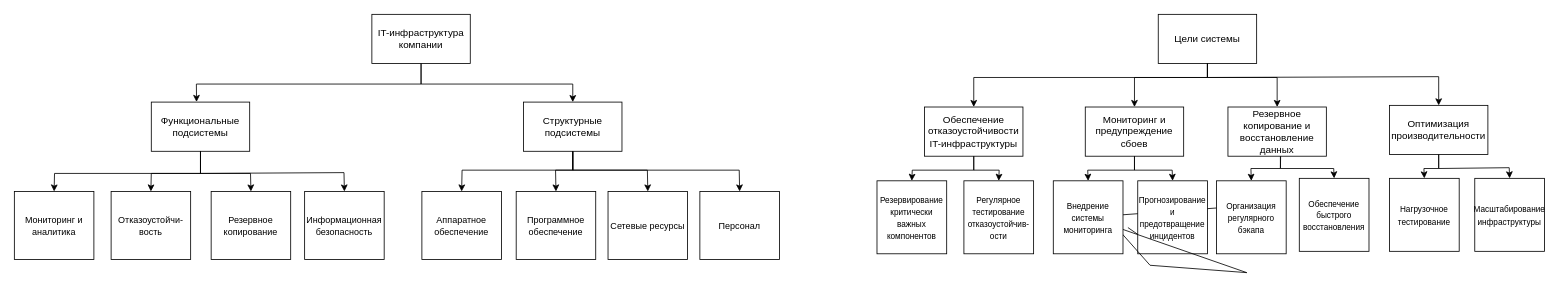
Before: СистемныйАнализ.drawio in yastrov/exemplar1, a draw.io diagram. Source tidied: cells renumbered, new cells numbered last; positions are measured from the earlier drawing's top-left corner, leaving out a move shared by most shapes. Both pictures are drawn from the tidied source at 82%, with x=0, y=0 at pixel (14, 14).
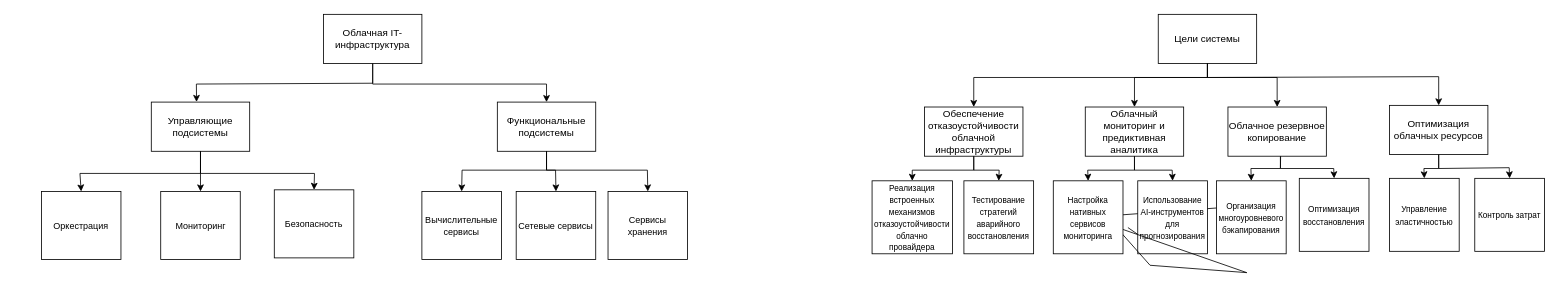
After the change.

Diff of the diagram source:
```diff
@@
-    <mxCell id="2" value="&lt;font style=&quot;color: light-dark(rgb(0, 0, 0), rgb(0, 0, 0));&quot;&gt;Обеспечение отказоустойчивости IT-инфраструктуры&lt;/font&gt;" style="rounded=0;whiteSpace=wrap;html=1;fillColor=light-dark(#FFFFFF,#FFFFFF);strokeColor=light-dark(#000000,#000000);" parent="1" vertex="1">
+    <mxCell id="2" value="&lt;font style=&quot;color: light-dark(rgb(0, 0, 0), rgb(0, 0, 0));&quot;&gt;Обеспечение отказоустойчивости облачной инфраструктуры&lt;/font&gt;" style="rounded=0;whiteSpace=wrap;html=1;fillColor=light-dark(#FFFFFF,#FFFFFF);strokeColor=light-dark(#000000,#000000);" parent="1" vertex="1">
       <mxGeometry x="1110" y="113" width="120" height="60" as="geometry" />
     </mxCell>
-    <mxCell id="3" value="&lt;font style=&quot;color: light-dark(rgb(0, 0, 0), rgb(0, 0, 0));&quot;&gt;Мониторинг и предупреждение сбоев&lt;/font&gt;" style="rounded=0;whiteSpace=wrap;html=1;fillColor=light-dark(#FFFFFF,#FFFFFF);strokeColor=light-dark(#000000,#000000);" parent="1" vertex="1">
+    <mxCell id="3" value="&lt;font style=&quot;color: light-dark(rgb(0, 0, 0), rgb(0, 0, 0));&quot;&gt;Облачный мониторинг и предиктивная аналитика&lt;/font&gt;" style="rounded=0;whiteSpace=wrap;html=1;fillColor=light-dark(#FFFFFF,#FFFFFF);strokeColor=light-dark(#000000,#000000);" parent="1" vertex="1">
       <mxGeometry x="1306" y="113" width="120" height="60" as="geometry" />
     </mxCell>
-    <mxCell id="4" value="&lt;font style=&quot;color: light-dark(rgb(0, 0, 0), rgb(0, 0, 0));&quot;&gt;Резервное копирование и восстановление данных&lt;/font&gt;" style="rounded=0;whiteSpace=wrap;html=1;fillColor=light-dark(#FFFFFF,#FFFFFF);strokeColor=light-dark(#000000,#000000);" parent="1" vertex="1">
+    <mxCell id="4" value="&lt;font style=&quot;color: light-dark(rgb(0, 0, 0), rgb(0, 0, 0));&quot;&gt;Облачное резервное копирование&lt;/font&gt;" style="rounded=0;whiteSpace=wrap;html=1;fillColor=light-dark(#FFFFFF,#FFFFFF);strokeColor=light-dark(#000000,#000000);" parent="1" vertex="1">
       <mxGeometry x="1480" y="113" width="120" height="60" as="geometry" />
     </mxCell>
-    <mxCell id="5" value="&lt;font style=&quot;color: light-dark(rgb(0, 0, 0), rgb(0, 0, 0));&quot;&gt;Оптимизация производительности&lt;/font&gt;" style="rounded=0;whiteSpace=wrap;html=1;fillColor=light-dark(#FFFFFF,#FFFFFF);strokeColor=light-dark(#000000,#000000);" parent="1" vertex="1">
+    <mxCell id="5" value="&lt;font style=&quot;color: light-dark(rgb(0, 0, 0), rgb(0, 0, 0));&quot;&gt;Оптимизация облачных ресурсов&lt;/font&gt;" style="rounded=0;whiteSpace=wrap;html=1;fillColor=light-dark(#FFFFFF,#FFFFFF);strokeColor=light-dark(#000000,#000000);" parent="1" vertex="1">
       <mxGeometry x="1677" y="111" width="120" height="60" as="geometry" />
     </mxCell>
@@
-    <mxCell id="13" value="&lt;font style=&quot;color: light-dark(rgb(0, 0, 0), rgb(0, 0, 0)); font-size: 10px;&quot;&gt;Резервирование критически важных компонентов&lt;/font&gt;" style="rounded=0;whiteSpace=wrap;html=1;fillColor=light-dark(#FFFFFF,#FFFFFF);strokeColor=light-dark(#000000,#000000);" parent="1" vertex="1">
-      <mxGeometry x="1052" y="203" width="85" height="89" as="geometry" />
+    <mxCell id="13" value="&lt;font style=&quot;color: light-dark(rgb(0, 0, 0), rgb(0, 0, 0)); font-size: 10px;&quot;&gt;Реализация встроенных механизмов отказоустойчивости облачно провайдера&lt;/font&gt;" style="rounded=0;whiteSpace=wrap;html=1;fillColor=light-dark(#FFFFFF,#FFFFFF);strokeColor=light-dark(#000000,#000000);" parent="1" vertex="1">
+      <mxGeometry x="1046" y="203" width="98" height="89" as="geometry" />
     </mxCell>
@@
-    <mxCell id="15" value="&lt;font style=&quot;color: light-dark(rgb(0, 0, 0), rgb(0, 0, 0)); font-size: 10px;&quot;&gt;Регулярное тестирование отказоустойчив-ости&lt;/font&gt;" style="rounded=0;whiteSpace=wrap;html=1;fillColor=light-dark(#FFFFFF,#FFFFFF);strokeColor=light-dark(#000000,#000000);" parent="1" vertex="1">
+    <mxCell id="15" value="&lt;font style=&quot;color: light-dark(rgb(0, 0, 0), rgb(0, 0, 0)); font-size: 10px;&quot;&gt;Тестирование стратегий аварийного восстановления&lt;/font&gt;" style="rounded=0;whiteSpace=wrap;html=1;fillColor=light-dark(#FFFFFF,#FFFFFF);strokeColor=light-dark(#000000,#000000);" parent="1" vertex="1">
       <mxGeometry x="1158" y="203" width="85" height="89" as="geometry" />
     </mxCell>
-    <mxCell id="16" value="&lt;font style=&quot;color: light-dark(rgb(0, 0, 0), rgb(0, 0, 0)); font-size: 10px;&quot;&gt;Прогнозирование и предотвращение инцидентов&lt;/font&gt;" style="rounded=0;whiteSpace=wrap;html=1;fillColor=light-dark(#FFFFFF,#FFFFFF);strokeColor=light-dark(#000000,#000000);" parent="1" vertex="1">
+    <mxCell id="16" value="&lt;font style=&quot;color: light-dark(rgb(0, 0, 0), rgb(0, 0, 0)); font-size: 10px;&quot;&gt;Использование AI-инструментов для прогнозирования&lt;/font&gt;" style="rounded=0;whiteSpace=wrap;html=1;fillColor=light-dark(#FFFFFF,#FFFFFF);strokeColor=light-dark(#000000,#000000);" parent="1" vertex="1">
       <mxGeometry x="1370" y="203" width="85" height="89" as="geometry" />
     </mxCell>
-    <mxCell id="17" value="&lt;font style=&quot;color: light-dark(rgb(0, 0, 0), rgb(0, 0, 0)); font-size: 10px;&quot;&gt;Организация регулярного бэкапа&lt;/font&gt;" style="rounded=0;whiteSpace=wrap;html=1;fillColor=light-dark(#FFFFFF,#FFFFFF);strokeColor=light-dark(#000000,#000000);" parent="1" vertex="1">
+    <mxCell id="17" value="&lt;font style=&quot;color: light-dark(rgb(0, 0, 0), rgb(0, 0, 0)); font-size: 10px;&quot;&gt;Организация многоуровневого бэкапирования&lt;/font&gt;" style="rounded=0;whiteSpace=wrap;html=1;fillColor=light-dark(#FFFFFF,#FFFFFF);strokeColor=light-dark(#000000,#000000);" parent="1" vertex="1">
       <mxGeometry x="1466" y="203" width="85" height="89" as="geometry" />
     </mxCell>
-    <mxCell id="18" value="&lt;font style=&quot;color: light-dark(rgb(0, 0, 0), rgb(0, 0, 0)); font-size: 10px;&quot;&gt;Обеспечение быстрого восстановления&lt;/font&gt;" style="rounded=0;whiteSpace=wrap;html=1;fillColor=light-dark(#FFFFFF,#FFFFFF);strokeColor=light-dark(#000000,#000000);" parent="1" vertex="1">
+    <mxCell id="18" value="&lt;font style=&quot;color: light-dark(rgb(0, 0, 0), rgb(0, 0, 0)); font-size: 10px;&quot;&gt;Оптимизация восстановления&lt;/font&gt;" style="rounded=0;whiteSpace=wrap;html=1;fillColor=light-dark(#FFFFFF,#FFFFFF);strokeColor=light-dark(#000000,#000000);" parent="1" vertex="1">
       <mxGeometry x="1567" y="200" width="85" height="89" as="geometry" />
     </mxCell>
-    <mxCell id="19" value="&lt;font style=&quot;color: light-dark(rgb(0, 0, 0), rgb(0, 0, 0)); font-size: 10px;&quot;&gt;Нагрузочное тестирование&lt;/font&gt;" style="rounded=0;whiteSpace=wrap;html=1;fillColor=light-dark(#FFFFFF,#FFFFFF);strokeColor=light-dark(#000000,#000000);" parent="1" vertex="1">
+    <mxCell id="19" value="&lt;font style=&quot;color: light-dark(rgb(0, 0, 0), rgb(0, 0, 0)); font-size: 10px;&quot;&gt;Управление эластичностью&lt;/font&gt;" style="rounded=0;whiteSpace=wrap;html=1;fillColor=light-dark(#FFFFFF,#FFFFFF);strokeColor=light-dark(#000000,#000000);" parent="1" vertex="1">
       <mxGeometry x="1677" y="200" width="85" height="89" as="geometry" />
     </mxCell>
-    <mxCell id="20" value="&lt;font style=&quot;color: light-dark(rgb(0, 0, 0), rgb(0, 0, 0)); font-size: 10px;&quot;&gt;Масштабирование инфраструктуры&lt;/font&gt;" style="rounded=0;whiteSpace=wrap;html=1;fillColor=light-dark(#FFFFFF,#FFFFFF);strokeColor=light-dark(#000000,#000000);" parent="1" vertex="1">
+    <mxCell id="20" value="&lt;font style=&quot;color: light-dark(rgb(0, 0, 0), rgb(0, 0, 0)); font-size: 10px;&quot;&gt;Контроль затрат&lt;/font&gt;" style="rounded=0;whiteSpace=wrap;html=1;fillColor=light-dark(#FFFFFF,#FFFFFF);strokeColor=light-dark(#000000,#000000);" parent="1" vertex="1">
       <mxGeometry x="1781" y="200" width="85" height="89" as="geometry" />
     </mxCell>
@@
-    <mxCell id="22" value="&lt;font style=&quot;color: light-dark(rgb(0, 0, 0), rgb(0, 0, 0)); font-size: 10px;&quot;&gt;Внедрение системы мониторинга&lt;/font&gt;" style="rounded=0;whiteSpace=wrap;html=1;fillColor=light-dark(#FFFFFF,#FFFFFF);strokeColor=light-dark(#000000,#000000);" parent="1" vertex="1">
+    <mxCell id="22" value="&lt;font style=&quot;color: light-dark(rgb(0, 0, 0), rgb(0, 0, 0)); font-size: 10px;&quot;&gt;Настройка нативных сервисов мониторинга&lt;/font&gt;" style="rounded=0;whiteSpace=wrap;html=1;fillColor=light-dark(#FFFFFF,#FFFFFF);strokeColor=light-dark(#000000,#000000);" parent="1" vertex="1">
       <mxGeometry x="1267" y="203" width="85" height="89" as="geometry" />
     </mxCell>
@@
-    <mxCell id="31" value="&lt;font style=&quot;color: light-dark(rgb(0, 0, 0), rgb(0, 0, 0));&quot;&gt;IT-инфраструктура компании&lt;/font&gt;" style="rounded=0;whiteSpace=wrap;html=1;fillColor=light-dark(#FFFFFF,#FFFFFF);strokeColor=light-dark(#000000,#000000);" parent="1" vertex="1">
-      <mxGeometry x="436" width="120" height="60" as="geometry" />
+    <mxCell id="31" value="&lt;font style=&quot;color: light-dark(rgb(0, 0, 0), rgb(0, 0, 0));&quot;&gt;Облачная IT-инфраструктура&lt;/font&gt;" style="rounded=0;whiteSpace=wrap;html=1;fillColor=light-dark(#FFFFFF,#FFFFFF);strokeColor=light-dark(#000000,#000000);" parent="1" vertex="1">
+      <mxGeometry x="377" width="120" height="60" as="geometry" />
     </mxCell>
-    <mxCell id="32" value="&lt;font style=&quot;color: light-dark(rgb(0, 0, 0), rgb(0, 0, 0));&quot;&gt;Функциональные подсистемы&lt;/font&gt;" style="rounded=0;whiteSpace=wrap;html=1;fillColor=light-dark(#FFFFFF,#FFFFFF);strokeColor=light-dark(#000000,#000000);" parent="1" vertex="1">
+    <mxCell id="32" value="&lt;font style=&quot;color: light-dark(rgb(0, 0, 0), rgb(0, 0, 0));&quot;&gt;Управляющие подсистемы&lt;/font&gt;" style="rounded=0;whiteSpace=wrap;html=1;fillColor=light-dark(#FFFFFF,#FFFFFF);strokeColor=light-dark(#000000,#000000);" parent="1" vertex="1">
       <mxGeometry x="167" y="107" width="120" height="60" as="geometry" />
     </mxCell>
-    <mxCell id="33" value="&lt;font style=&quot;color: light-dark(rgb(0, 0, 0), rgb(0, 0, 0));&quot;&gt;Структурные подсистемы&lt;/font&gt;" style="rounded=0;whiteSpace=wrap;html=1;fillColor=light-dark(#FFFFFF,#FFFFFF);strokeColor=light-dark(#000000,#000000);" parent="1" vertex="1">
-      <mxGeometry x="621" y="107" width="120" height="60" as="geometry" />
+    <mxCell id="33" value="&lt;font style=&quot;color: light-dark(rgb(0, 0, 0), rgb(0, 0, 0));&quot;&gt;Функциональные подсистемы&lt;/font&gt;" style="rounded=0;whiteSpace=wrap;html=1;fillColor=light-dark(#FFFFFF,#FFFFFF);strokeColor=light-dark(#000000,#000000);" parent="1" vertex="1">
+      <mxGeometry x="589" y="107" width="120" height="60" as="geometry" />
     </mxCell>
-    <mxCell id="34" value="&lt;font style=&quot;color: light-dark(rgb(0, 0, 0), rgb(0, 0, 0));&quot;&gt;Мониторинг и аналитика&lt;/font&gt;" style="rounded=0;whiteSpace=wrap;html=1;fillColor=light-dark(#FFFFFF,#FFFFFF);strokeColor=light-dark(#000000,#000000);fontSize=11;" parent="1" vertex="1">
-      <mxGeometry y="216" width="97" height="83" as="geometry" />
+    <mxCell id="34" value="&lt;font style=&quot;color: light-dark(rgb(0, 0, 0), rgb(0, 0, 0));&quot;&gt;Оркестрация&lt;/font&gt;" style="rounded=0;whiteSpace=wrap;html=1;fillColor=light-dark(#FFFFFF,#FFFFFF);strokeColor=light-dark(#000000,#000000);fontSize=11;" parent="1" vertex="1">
+      <mxGeometry x="33" y="216" width="97" height="83" as="geometry" />
     </mxCell>
-    <mxCell id="35" value="&lt;font style=&quot;color: light-dark(rgb(0, 0, 0), rgb(0, 0, 0));&quot;&gt;Отказоустойчи-вость&lt;/font&gt;" style="rounded=0;whiteSpace=wrap;html=1;fillColor=light-dark(#FFFFFF,#FFFFFF);strokeColor=light-dark(#000000,#000000);fontSize=11;" parent="1" vertex="1">
-      <mxGeometry x="118" y="216" width="97" height="83" as="geometry" />
+    <mxCell id="35" value="&lt;font style=&quot;color: light-dark(rgb(0, 0, 0), rgb(0, 0, 0));&quot;&gt;Мониторинг&lt;/font&gt;" style="rounded=0;whiteSpace=wrap;html=1;fillColor=light-dark(#FFFFFF,#FFFFFF);strokeColor=light-dark(#000000,#000000);fontSize=11;" parent="1" vertex="1">
+      <mxGeometry x="178.5" y="216" width="97" height="83" as="geometry" />
     </mxCell>
-    <mxCell id="36" value="&lt;font style=&quot;color: light-dark(rgb(0, 0, 0), rgb(0, 0, 0));&quot;&gt;Резервное копирование&lt;/font&gt;" style="rounded=0;whiteSpace=wrap;html=1;fillColor=light-dark(#FFFFFF,#FFFFFF);strokeColor=light-dark(#000000,#000000);fontSize=11;" parent="1" vertex="1">
-      <mxGeometry x="240" y="216" width="97" height="83" as="geometry" />
+    <mxCell id="36" value="&lt;font style=&quot;color: light-dark(rgb(0, 0, 0), rgb(0, 0, 0));&quot;&gt;Безопасность&lt;/font&gt;" style="rounded=0;whiteSpace=wrap;html=1;fillColor=light-dark(#FFFFFF,#FFFFFF);strokeColor=light-dark(#000000,#000000);fontSize=11;" parent="1" vertex="1">
+      <mxGeometry x="317" y="214" width="97" height="83" as="geometry" />
     </mxCell>
-    <mxCell id="37" value="&lt;font style=&quot;color: light-dark(rgb(0, 0, 0), rgb(0, 0, 0));&quot;&gt;Информационная безопасность&lt;/font&gt;" style="rounded=0;whiteSpace=wrap;html=1;fillColor=light-dark(#FFFFFF,#FFFFFF);strokeColor=light-dark(#000000,#000000);fontSize=11;" parent="1" vertex="1">
-      <mxGeometry x="354" y="216" width="97" height="83" as="geometry" />
-    </mxCell>
-    <mxCell id="38" value="&lt;font style=&quot;color: light-dark(rgb(0, 0, 0), rgb(0, 0, 0));&quot;&gt;Аппаратное обеспечение&lt;/font&gt;" style="rounded=0;whiteSpace=wrap;html=1;fillColor=light-dark(#FFFFFF,#FFFFFF);strokeColor=light-dark(#000000,#000000);fontSize=11;" parent="1" vertex="1">
+    <mxCell id="38" value="&lt;font style=&quot;color: light-dark(rgb(0, 0, 0), rgb(0, 0, 0));&quot;&gt;Вычислительные сервисы&lt;/font&gt;" style="rounded=0;whiteSpace=wrap;html=1;fillColor=light-dark(#FFFFFF,#FFFFFF);strokeColor=light-dark(#000000,#000000);fontSize=11;" parent="1" vertex="1">
       <mxGeometry x="497" y="216" width="97" height="83" as="geometry" />
     </mxCell>
-    <mxCell id="39" value="&lt;font style=&quot;color: light-dark(rgb(0, 0, 0), rgb(0, 0, 0));&quot;&gt;Программное обеспечение&lt;/font&gt;" style="rounded=0;whiteSpace=wrap;html=1;fillColor=light-dark(#FFFFFF,#FFFFFF);strokeColor=light-dark(#000000,#000000);fontSize=11;" parent="1" vertex="1">
+    <mxCell id="39" value="&lt;font style=&quot;color: light-dark(rgb(0, 0, 0), rgb(0, 0, 0));&quot;&gt;Сетевые сервисы&lt;/font&gt;" style="rounded=0;whiteSpace=wrap;html=1;fillColor=light-dark(#FFFFFF,#FFFFFF);strokeColor=light-dark(#000000,#000000);fontSize=11;" parent="1" vertex="1">
       <mxGeometry x="612" y="216" width="97" height="83" as="geometry" />
     </mxCell>
-    <mxCell id="40" value="&lt;font style=&quot;color: light-dark(rgb(0, 0, 0), rgb(0, 0, 0));&quot;&gt;Сетевые ресурсы&lt;/font&gt;" style="rounded=0;whiteSpace=wrap;html=1;fillColor=light-dark(#FFFFFF,#FFFFFF);strokeColor=light-dark(#000000,#000000);fontSize=11;" parent="1" vertex="1">
+    <mxCell id="40" value="&lt;font style=&quot;color: light-dark(rgb(0, 0, 0), rgb(0, 0, 0));&quot;&gt;Сервисы хранения&lt;/font&gt;" style="rounded=0;whiteSpace=wrap;html=1;fillColor=light-dark(#FFFFFF,#FFFFFF);strokeColor=light-dark(#000000,#000000);fontSize=11;" parent="1" vertex="1">
       <mxGeometry x="724" y="216" width="97" height="83" as="geometry" />
     </mxCell>
-    <mxCell id="41" value="&lt;font style=&quot;color: light-dark(rgb(0, 0, 0), rgb(0, 0, 0));&quot;&gt;Персонал&lt;/font&gt;" style="rounded=0;whiteSpace=wrap;html=1;fillColor=light-dark(#FFFFFF,#FFFFFF);strokeColor=light-dark(#000000,#000000);fontSize=11;" parent="1" vertex="1">
-      <mxGeometry x="836" y="216" width="97" height="83" as="geometry" />
-    </mxCell>
     <mxCell id="42" style="endArrow=classic;html=1;rounded=0;exitX=0.5;exitY=1;exitDx=0;exitDy=0;entryX=0.46;entryY=-0.003;entryDx=0;entryDy=0;strokeColor=light-dark(#000000,#000000);entryPerimeter=0;" parent="1" edge="1" source="31" target="32">
       <mxGeometry relative="1" as="geometry">
         <Array as="points">
-          <mxPoint x="496" y="85" />
+          <mxPoint x="437" y="84" />
           <mxPoint x="222" y="85" />
         </Array>
       </mxGeometry>
     </mxCell>
     <mxCell id="43" style="endArrow=classic;html=1;rounded=0;exitX=0.5;exitY=1;exitDx=0;exitDy=0;entryX=0.5;entryY=0;entryDx=0;entryDy=0;strokeColor=light-dark(#000000,#000000);" parent="1" edge="1" source="31" target="33">
       <mxGeometry relative="1" as="geometry">
         <Array as="points">
-          <mxPoint x="496" y="85" />
-          <mxPoint x="681" y="85" />
+          <mxPoint x="437" y="85" />
+          <mxPoint x="649" y="85" />
         </Array>
       </mxGeometry>
     </mxCell>
     <mxCell id="44" style="endArrow=classic;html=1;rounded=0;exitX=0.5;exitY=1;exitDx=0;exitDy=0;entryX=0.5;entryY=0;entryDx=0;entryDy=0;strokeColor=light-dark(#000000,#000000);" parent="1" edge="1" source="32" target="34">
       <mxGeometry relative="1" as="geometry">
         <Array as="points">
           <mxPoint x="227" y="194" />
-          <mxPoint x="49" y="194" />
+          <mxPoint x="80" y="194" />
         </Array>
       </mxGeometry>
     </mxCell>
     <mxCell id="45" style="endArrow=classic;html=1;rounded=0;entryX=0.5;entryY=0;entryDx=0;entryDy=0;strokeColor=light-dark(#000000,#000000);exitX=0.5;exitY=1;exitDx=0;exitDy=0;" parent="1" edge="1" source="32" target="35">
       <mxGeometry relative="1" as="geometry">
         <Array as="points">
           <mxPoint x="227" y="194" />
-          <mxPoint x="167" y="194" />
         </Array>
       </mxGeometry>
     </mxCell>
     <mxCell id="46" style="endArrow=classic;html=1;rounded=0;entryX=0.5;entryY=0;entryDx=0;entryDy=0;strokeColor=light-dark(#000000,#000000);exitX=0.5;exitY=1;exitDx=0;exitDy=0;" parent="1" edge="1" source="32" target="36">
       <mxGeometry relative="1" as="geometry">
         <Array as="points">
           <mxPoint x="227" y="194" />
-          <mxPoint x="288" y="194" />
+          <mxPoint x="366" y="194" />
         </Array>
       </mxGeometry>
     </mxCell>
-    <mxCell id="47" style="endArrow=classic;html=1;rounded=0;entryX=0.5;entryY=0;entryDx=0;entryDy=0;strokeColor=light-dark(#000000,#000000);exitX=0.5;exitY=1;exitDx=0;exitDy=0;" parent="1" edge="1" source="32" target="37">
-      <mxGeometry relative="1" as="geometry">
-        <Array as="points">
-          <mxPoint x="227" y="194" />
-          <mxPoint x="402" y="193" />
-        </Array>
-      </mxGeometry>
-    </mxCell>
     <mxCell id="48" style="endArrow=classic;html=1;rounded=0;exitX=0.5;exitY=1;exitDx=0;exitDy=0;entryX=0.5;entryY=0;entryDx=0;entryDy=0;strokeColor=light-dark(#000000,#000000);" parent="1" edge="1" source="33" target="38">
       <mxGeometry relative="1" as="geometry">
         <Array as="points">
-          <mxPoint x="681" y="190" />
+          <mxPoint x="649" y="190" />
           <mxPoint x="546" y="190" />
         </Array>
       </mxGeometry>
     </mxCell>
     <mxCell id="49" style="endArrow=classic;html=1;rounded=0;exitX=0.5;exitY=1;exitDx=0;exitDy=0;entryX=0.5;entryY=0;entryDx=0;entryDy=0;strokeColor=light-dark(#000000,#000000);" parent="1" edge="1" source="33" target="39">
       <mxGeometry relative="1" as="geometry">
         <Array as="points">
-          <mxPoint x="681" y="190" />
+          <mxPoint x="649" y="190" />
           <mxPoint x="660" y="190" />
         </Array>
       </mxGeometry>
     </mxCell>
     <mxCell id="50" style="endArrow=classic;html=1;rounded=0;exitX=0.5;exitY=1;exitDx=0;exitDy=0;entryX=0.5;entryY=0;entryDx=0;entryDy=0;strokeColor=light-dark(#000000,#000000);" parent="1" edge="1" source="33" target="40">
       <mxGeometry relative="1" as="geometry">
         <Array as="points">
-          <mxPoint x="681" y="190" />
+          <mxPoint x="649" y="190" />
           <mxPoint x="772" y="190" />
         </Array>
       </mxGeometry>
     </mxCell>
-    <mxCell id="51" style="endArrow=classic;html=1;rounded=0;exitX=0.5;exitY=1;exitDx=0;exitDy=0;entryX=0.5;entryY=0;entryDx=0;entryDy=0;strokeColor=light-dark(#000000,#000000);" parent="1" edge="1" source="33" target="41">
-      <mxGeometry relative="1" as="geometry">
-        <Array as="points">
-          <mxPoint x="681" y="190" />
-          <mxPoint x="884" y="190" />
-        </Array>
-      </mxGeometry>
-    </mxCell>
```
